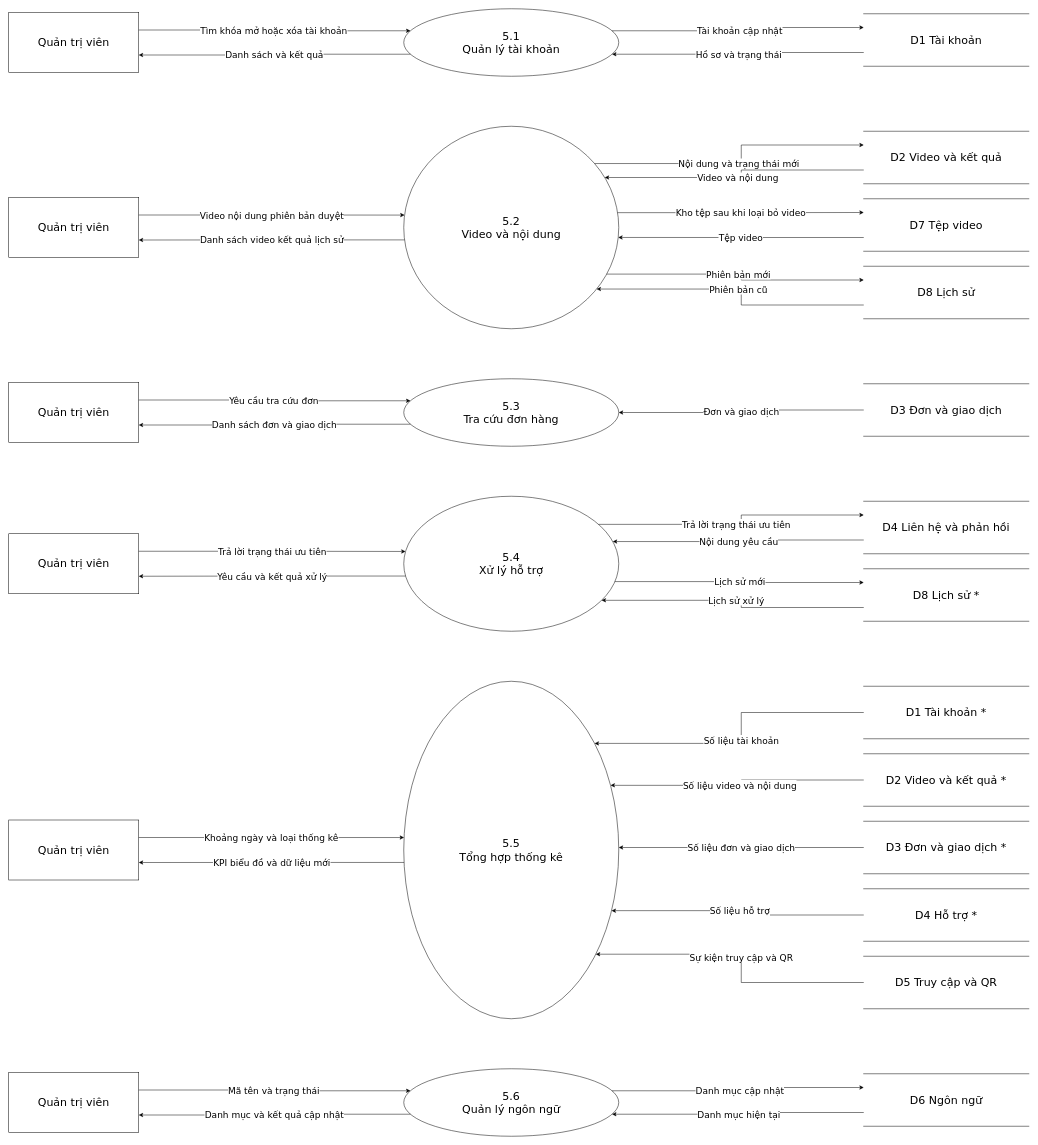
YiTang-159/CNPM keeps this draw.io diagram as docs/so-do/DFD_Muc_2_5.drawio. Above is the earlier version. Source tidied: cells renumbered, new cells numbered last; positions are measured from the earlier drawing's top-left corner, leaving out a move shared by most shapes. Both pictures are drawn from the tidied source at 50%, with x=0, y=0 at pixel (8, 8).
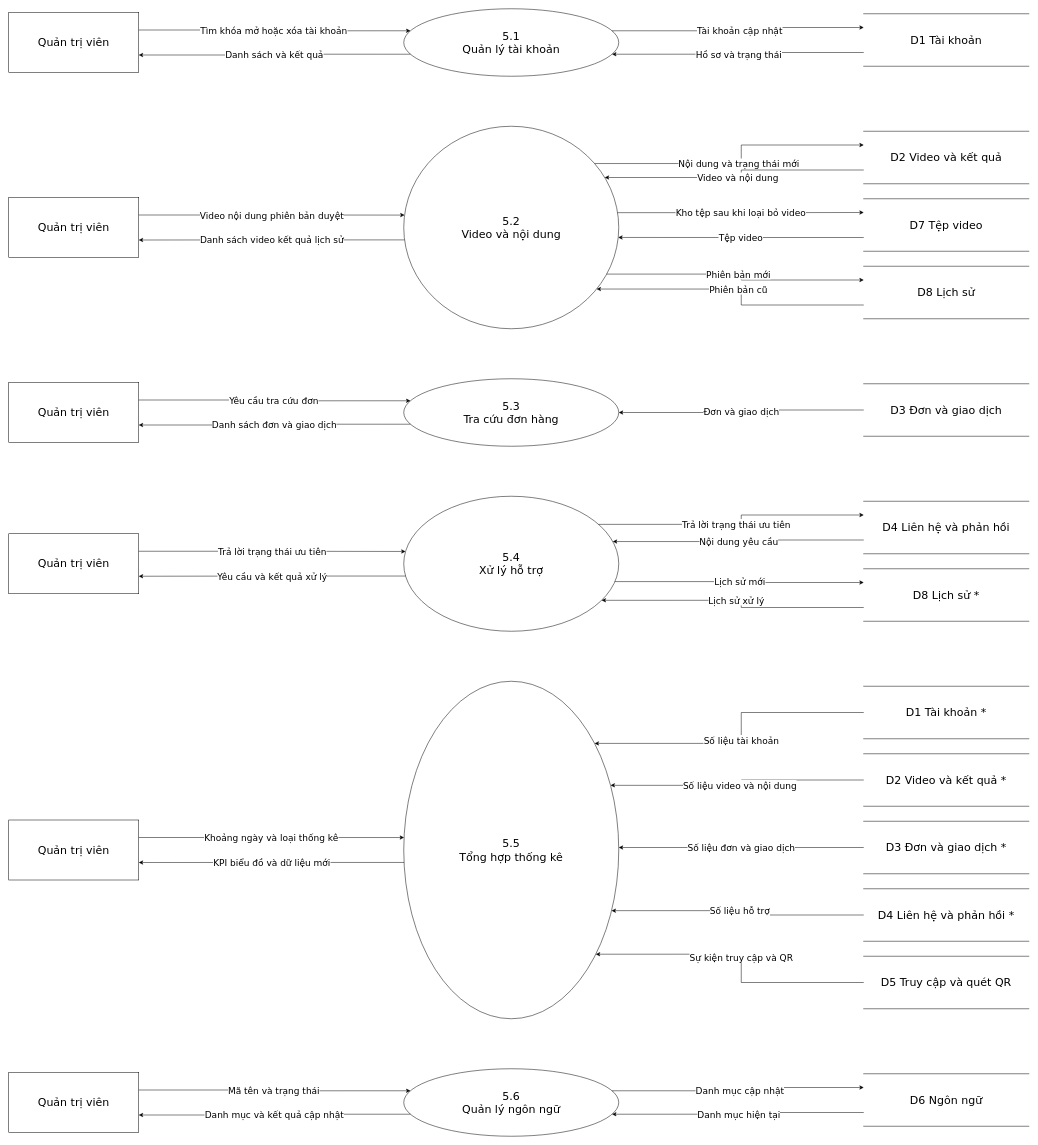
The same page after the edit.

The edit, as a diff of the source:
```diff
@@
-    <mxCell id="48" value="D4 Hỗ trợ *" style="shape=partialRectangle;left=0;right=0;html=1;whiteSpace=wrap;strokeColor=#000000;fillColor=#ffffff;fontColor=#000000;fontFamily=DejaVu Sans;fontSize=22;" parent="1" vertex="1">
+    <mxCell id="48" value="D4 Liên hệ và phản hồi *" style="shape=partialRectangle;left=0;right=0;html=1;whiteSpace=wrap;strokeColor=#000000;fillColor=#ffffff;fontColor=#000000;fontFamily=DejaVu Sans;fontSize=22;" parent="1" vertex="1">
       <mxGeometry x="1710" y="1760" width="330" height="105" as="geometry" />
     </mxCell>
@@
-    <mxCell id="50" value="D5 Truy cập và QR" style="shape=partialRectangle;left=0;right=0;html=1;whiteSpace=wrap;strokeColor=#000000;fillColor=#ffffff;fontColor=#000000;fontFamily=DejaVu Sans;fontSize=22;" parent="1" vertex="1">
+    <mxCell id="50" value="D5 Truy cập và quét QR" style="shape=partialRectangle;left=0;right=0;html=1;whiteSpace=wrap;strokeColor=#000000;fillColor=#ffffff;fontColor=#000000;fontFamily=DejaVu Sans;fontSize=22;" parent="1" vertex="1">
       <mxGeometry x="1710" y="1895" width="330" height="105" as="geometry" />
     </mxCell>
```
